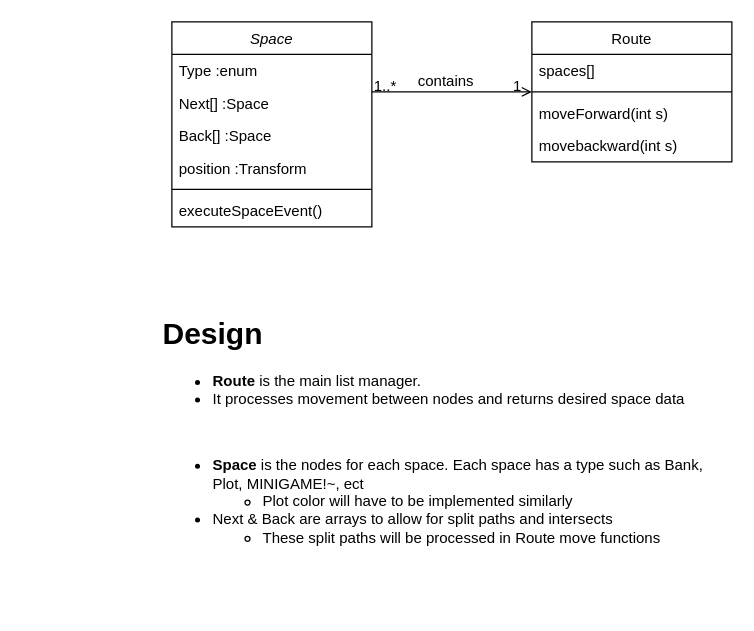
GregVanK/FortuneStreetRemake keeps this draw.io diagram as Documentation/Class Diagrams/Board Structure.drawio. Above is the earlier version. Source tidied: cells renumbered, new cells numbered last; positions are measured from the earlier drawing's top-left corner, leaving out a move shared by most shapes. Both pictures are drawn from the tidied source at 125%, with x=0, y=0 at pixel (156, 21).
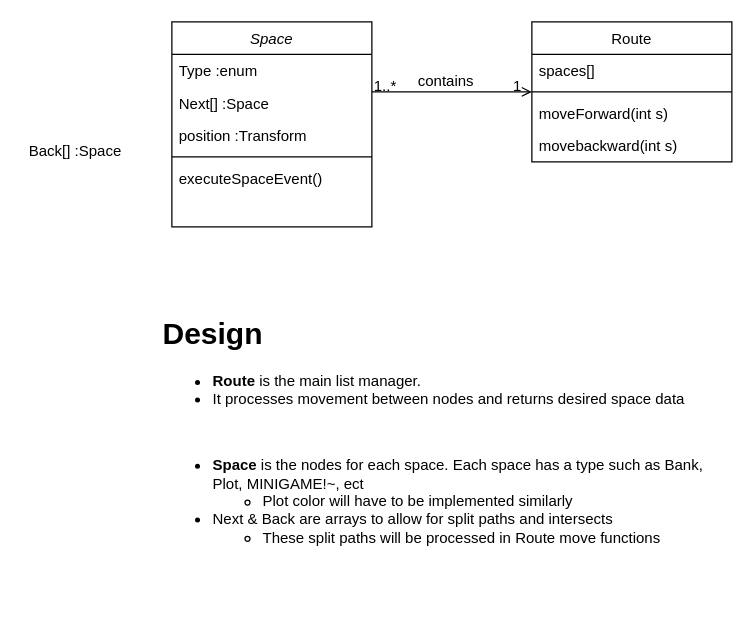
Above is the later version.

Unchanged cells that the change refers to:
```xml
<mxCell id="2" value="Space" style="swimlane;fontStyle=2;align=center;verticalAlign=top;horizontal=1;startSize=26;rounded=0;shadow=0;strokeWidth=1;" parent="1" vertex="1">
  <mxGeometry x="12" width="160" height="164" as="geometry" />
</mxCell>
```

Diff of the diagram source:
```diff
@@
-    <mxCell id="5" value="Back[] :Space" style="text;align=left;verticalAlign=top;spacingLeft=4;spacingRight=4;overflow=hidden;rounded=0;shadow=0;html=0;" parent="2" vertex="1">
-      <mxGeometry y="78" width="160" height="26" as="geometry" />
-    </mxCell>
     <mxCell id="6" value="position :Transform" style="text;align=left;verticalAlign=top;spacingLeft=4;spacingRight=4;overflow=hidden;rounded=0;shadow=0;html=0;" parent="2" vertex="1">
-      <mxGeometry y="104" width="160" height="26" as="geometry" />
+      <mxGeometry y="78" width="160" height="26" as="geometry" />
     </mxCell>
     <mxCell id="7" style="line;html=1;strokeWidth=1;align=left;verticalAlign=middle;spacingTop=-1;spacingLeft=3;spacingRight=3;labelPosition=right;" parent="2" vertex="1">
-      <mxGeometry y="130" width="160" height="8" as="geometry" />
+      <mxGeometry y="104" width="160" height="8" as="geometry" />
     </mxCell>
     <mxCell id="8" value="executeSpaceEvent()" style="text;align=left;verticalAlign=top;spacingLeft=4;spacingRight=4;overflow=hidden;" parent="2" vertex="1">
-      <mxGeometry y="138" width="160" height="26" as="geometry" />
+      <mxGeometry y="112" width="160" height="26" as="geometry" />
     </mxCell>
@@
+    <mxCell id="5" value="Back[] :Space" style="text;align=left;verticalAlign=top;spacingLeft=4;spacingRight=4;overflow=hidden;rounded=0;shadow=0;html=0;" parent="1" vertex="1">
+      <mxGeometry x="-108" y="90" width="160" height="26" as="geometry" />
+    </mxCell>
```
